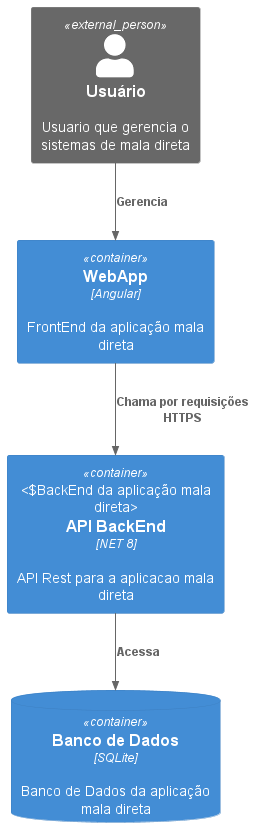
This is docs/C4/out/Container/Maladireta-Container.png from samorysundjata/MalaDiretaCSharp, a PlantUML export, as it was before one commit.
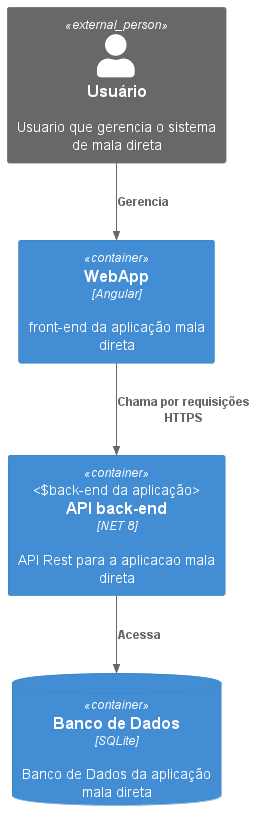
The same diagram one commit later.

What changed in the source:
```diff
@@ -1,9 +1,9 @@
 @startuml Maladireta-Container
 !includeurl https://raw.githubusercontent.com/plantuml-stdlib/C4-PlantUML/master/C4_Container.puml
 
-Person_Ext(usuario, "Usuário", "Usuario que gerencia o sistemas de mala direta")
-Container(webapp, "WebApp", "Angular", "FrontEnd da aplicação mala direta")
-Container(api, "API BackEnd", "NET 8", "API Rest para a aplicacao mala direta", "BackEnd da aplicação mala direta")
+Person_Ext(usuario, "Usuário", "Usuario que gerencia o sistema de mala direta")
+Container(webapp, "WebApp", "Angular", "front-end da aplicação mala direta")
+Container(api, "API back-end", "NET 8", "API Rest para a aplicacao mala direta", "back-end da aplicação")
 ContainerDb(database, "Banco de Dados", "SQLite", "Banco de Dados da aplicação mala direta")
 
 
```
